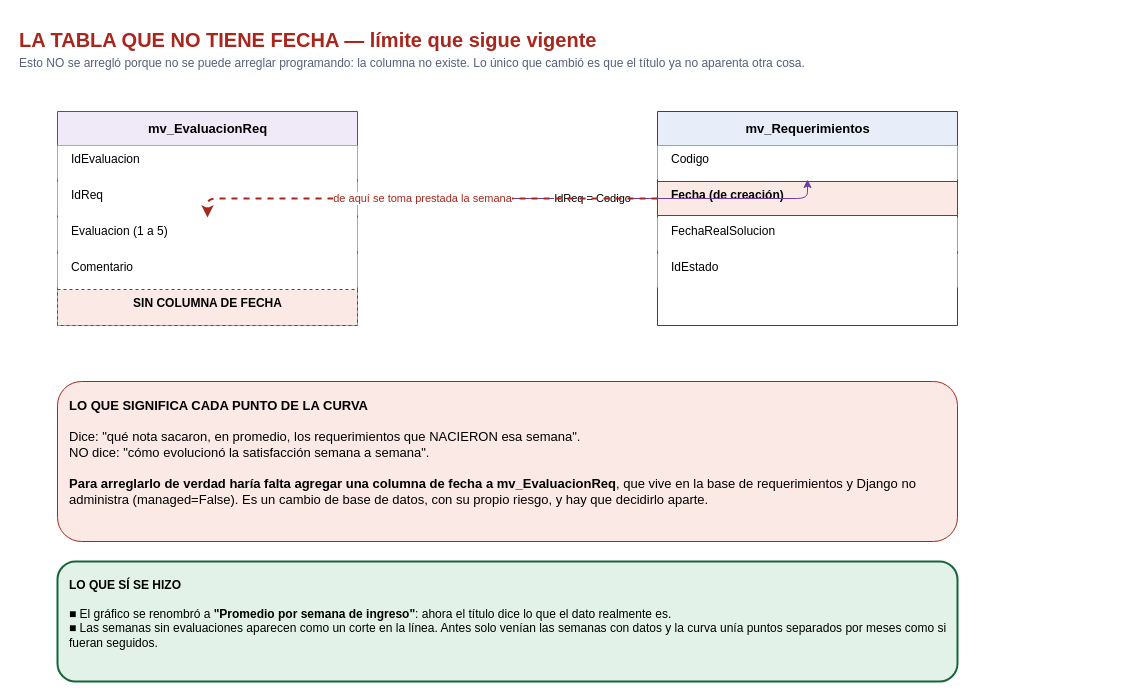
Before: page "2. La tabla sin fecha" (2 of 3) of index/static/docs/indicador-calificacion.drawio in DesarrolladorAMyM/SYSTRACK, a draw.io diagram. Source tidied: cells renumbered, new cells numbered last; positions are measured from the earlier drawing's top-left corner, leaving out a move shared by most shapes. Both pictures are drawn from the tidied source at 100%, with x=0, y=0 at pixel (17, 21).
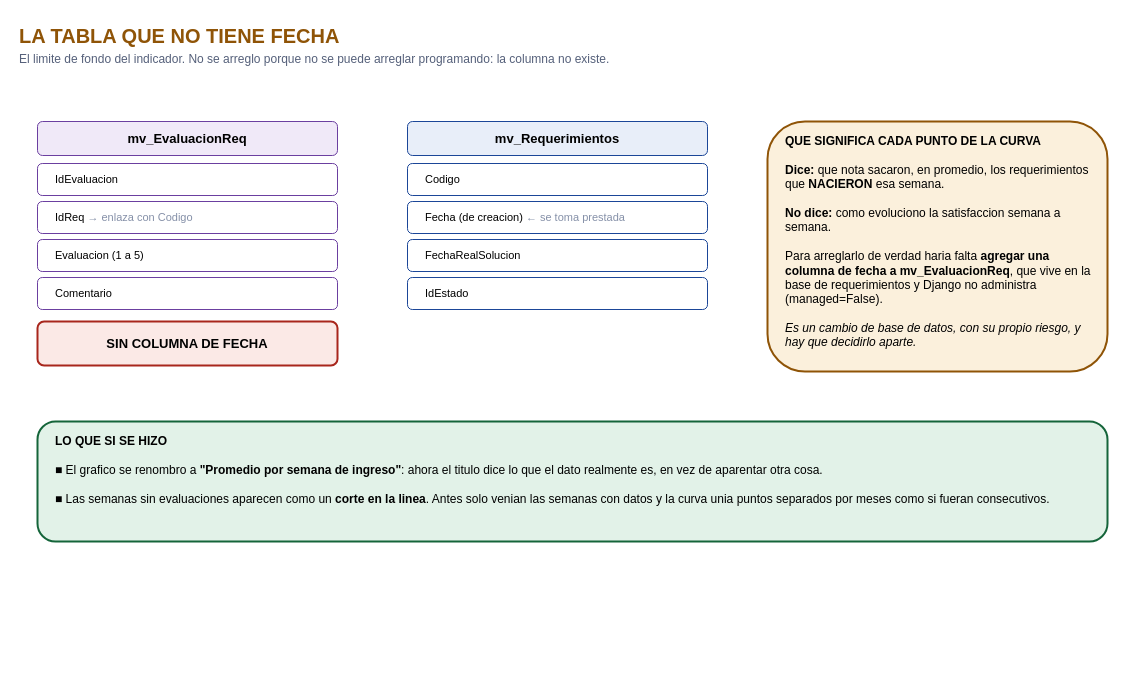
The same diagram, later.

Commit message (it also covers changes not shown here):
se realizo cambio de envio al momento de solucior un requeriminto con el ajunto y correcion de la hora actual de solucion

Change to the diagram source:
```diff
@@
 <mxGraphModel>
   <root>
     <mxCell id="0" />
     <mxCell id="1" parent="0" />
-    <mxCell id="2" value="LA TABLA QUE NO TIENE FECHA — límite que sigue vigente" style="text;html=1;fontSize=20;fontStyle=1;fontColor=#A8261C;" parent="1" vertex="1">
-      <mxGeometry width="900" height="30" as="geometry" />
-    </mxCell>
-    <mxCell id="3" value="Esto NO se arregló porque no se puede arreglar programando: la columna no existe. Lo único que cambió es que el título ya no aparenta otra cosa." style="text;html=1;fontSize=12;fontColor=#55607A;" parent="1" vertex="1">
-      <mxGeometry y="28" width="1000" height="20" as="geometry" />
-    </mxCell>
+    <mxCell id="19" value="LA TABLA QUE NO TIENE FECHA" style="text;html=1;fontSize=20;fontColor=#8F5407;fontStyle=1;align=left;verticalAlign=top;" parent="1" vertex="1">
+      <mxGeometry y="-4" width="1000" height="30" as="geometry" />
+    </mxCell>
+    <mxCell id="20" value="El limite de fondo del indicador. No se arreglo porque no se puede arreglar programando: la columna no existe." style="text;html=1;fontSize=12;fontColor=#55607A;fontStyle=0;align=left;verticalAlign=top;" parent="1" vertex="1">
+      <mxGeometry y="24" width="1060" height="34" as="geometry" />
+    </mxCell>
-    <mxCell id="4" value="mv_EvaluacionReq" style="swimlane;html=1;startSize=34;fillColor=#F0E9F8;strokeColor=#6B3FA0;fontSize=13;fontStyle=1;" parent="1" vertex="1">
-      <mxGeometry x="40" y="90" width="300" height="214" as="geometry" />
+    <mxCell id="4" value="&lt;b&gt;mv_EvaluacionReq&lt;/b&gt;" style="rounded=1;whiteSpace=wrap;html=1;fillColor=#F0E9F8;strokeColor=#6B3FA0;strokeWidth=1;fontSize=13;align=center;verticalAlign=middle;spacing=8;dashed=0;" parent="1" vertex="1">
+      <mxGeometry x="20" y="100" width="300" height="34" as="geometry" />
     </mxCell>
-    <mxCell id="5" value="IdEvaluacion" style="text;html=1;fontSize=12;strokeColor=none;fillColor=#FFFFFF;align=left;spacingLeft=12;" parent="4" vertex="1">
-      <mxGeometry y="34" width="300" height="34" as="geometry" />
+    <mxCell id="5" value="IdEvaluacion" style="rounded=1;whiteSpace=wrap;html=1;fillColor=#FFFFFF;strokeColor=#6B3FA0;strokeWidth=1;fontSize=11;align=left;verticalAlign=middle;spacing=8;dashed=0;spacingLeft=10;" parent="1" vertex="1">
+      <mxGeometry x="20" y="142" width="300" height="32" as="geometry" />
     </mxCell>
-    <mxCell id="6" value="IdReq" style="text;html=1;fontSize=12;strokeColor=none;fillColor=#FFFFFF;align=left;spacingLeft=12;" parent="4" vertex="1">
-      <mxGeometry y="70" width="300" height="34" as="geometry" />
-    </mxCell>
+    <mxCell id="21" value="IdReq   &lt;font color=&quot;#8590A8&quot;&gt;&amp;#8594; enlaza con Codigo&lt;/font&gt;" style="rounded=1;whiteSpace=wrap;html=1;fillColor=#FFFFFF;strokeColor=#6B3FA0;strokeWidth=1;fontSize=11;align=left;verticalAlign=middle;spacing=8;dashed=0;spacingLeft=10;" parent="1" vertex="1">
+      <mxGeometry x="20" y="180" width="300" height="32" as="geometry" />
+    </mxCell>
-    <mxCell id="7" value="Evaluacion   (1 a 5)" style="text;html=1;fontSize=12;strokeColor=none;fillColor=#FFFFFF;align=left;spacingLeft=12;" parent="4" vertex="1">
-      <mxGeometry y="106" width="300" height="34" as="geometry" />
+    <mxCell id="7" value="Evaluacion  (1 a 5)" style="rounded=1;whiteSpace=wrap;html=1;fillColor=#FFFFFF;strokeColor=#6B3FA0;strokeWidth=1;fontSize=11;align=left;verticalAlign=middle;spacing=8;dashed=0;spacingLeft=10;" parent="1" vertex="1">
+      <mxGeometry x="20" y="218" width="300" height="32" as="geometry" />
     </mxCell>
-    <mxCell id="8" value="Comentario" style="text;html=1;fontSize=12;strokeColor=none;fillColor=#FFFFFF;align=left;spacingLeft=12;" parent="4" vertex="1">
-      <mxGeometry y="142" width="300" height="34" as="geometry" />
+    <mxCell id="8" value="Comentario" style="rounded=1;whiteSpace=wrap;html=1;fillColor=#FFFFFF;strokeColor=#6B3FA0;strokeWidth=1;fontSize=11;align=left;verticalAlign=middle;spacing=8;dashed=0;spacingLeft=10;" parent="1" vertex="1">
+      <mxGeometry x="20" y="256" width="300" height="32" as="geometry" />
     </mxCell>
-    <mxCell id="9" value="SIN COLUMNA DE FECHA" style="text;html=1;fontSize=12;fontStyle=1;strokeColor=#A8261C;fillColor=#FBE9E6;align=center;dashed=1;" parent="4" vertex="1">
-      <mxGeometry y="178" width="300" height="36" as="geometry" />
+    <mxCell id="9" value="&lt;b&gt;SIN COLUMNA DE FECHA&lt;/b&gt;" style="rounded=1;whiteSpace=wrap;html=1;fillColor=#FBE9E6;strokeColor=#A8261C;strokeWidth=2;fontSize=13;align=center;verticalAlign=middle;spacing=8;dashed=0;" parent="1" vertex="1">
+      <mxGeometry x="20" y="300" width="300" height="44" as="geometry" />
     </mxCell>
-    <mxCell id="10" value="mv_Requerimientos" style="swimlane;html=1;startSize=34;fillColor=#E8EEF9;strokeColor=#1B4698;fontSize=13;fontStyle=1;" parent="1" vertex="1">
-      <mxGeometry x="640" y="90" width="300" height="214" as="geometry" />
+    <mxCell id="10" value="&lt;b&gt;mv_Requerimientos&lt;/b&gt;" style="rounded=1;whiteSpace=wrap;html=1;fillColor=#E8EEF9;strokeColor=#1B4698;strokeWidth=1;fontSize=13;align=center;verticalAlign=middle;spacing=8;dashed=0;" parent="1" vertex="1">
+      <mxGeometry x="390" y="100" width="300" height="34" as="geometry" />
     </mxCell>
-    <mxCell id="11" value="Codigo" style="text;html=1;fontSize=12;strokeColor=none;fillColor=#FFFFFF;align=left;spacingLeft=12;" parent="10" vertex="1">
-      <mxGeometry y="34" width="300" height="34" as="geometry" />
+    <mxCell id="11" value="Codigo" style="rounded=1;whiteSpace=wrap;html=1;fillColor=#FFFFFF;strokeColor=#1B4698;strokeWidth=1;fontSize=11;align=left;verticalAlign=middle;spacing=8;dashed=0;spacingLeft=10;" parent="1" vertex="1">
+      <mxGeometry x="390" y="142" width="300" height="32" as="geometry" />
     </mxCell>
-    <mxCell id="12" value="Fecha   (de creación)" style="text;html=1;fontSize=12;fontStyle=1;strokeColor=#A8261C;fillColor=#FBE9E6;align=left;spacingLeft=12;" parent="10" vertex="1">
-      <mxGeometry y="70" width="300" height="34" as="geometry" />
-    </mxCell>
+    <mxCell id="22" value="Fecha  (de creacion)   &lt;font color=&quot;#8590A8&quot;&gt;&amp;#8592; se toma prestada&lt;/font&gt;" style="rounded=1;whiteSpace=wrap;html=1;fillColor=#FFFFFF;strokeColor=#1B4698;strokeWidth=1;fontSize=11;align=left;verticalAlign=middle;spacing=8;dashed=0;spacingLeft=10;" parent="1" vertex="1">
+      <mxGeometry x="390" y="180" width="300" height="32" as="geometry" />
+    </mxCell>
-    <mxCell id="13" value="FechaRealSolucion" style="text;html=1;fontSize=12;strokeColor=none;fillColor=#FFFFFF;align=left;spacingLeft=12;" parent="10" vertex="1">
-      <mxGeometry y="106" width="300" height="34" as="geometry" />
+    <mxCell id="13" value="FechaRealSolucion" style="rounded=1;whiteSpace=wrap;html=1;fillColor=#FFFFFF;strokeColor=#1B4698;strokeWidth=1;fontSize=11;align=left;verticalAlign=middle;spacing=8;dashed=0;spacingLeft=10;" parent="1" vertex="1">
+      <mxGeometry x="390" y="218" width="300" height="32" as="geometry" />
     </mxCell>
-    <mxCell id="14" value="IdEstado" style="text;html=1;fontSize=12;strokeColor=none;fillColor=#FFFFFF;align=left;spacingLeft=12;" parent="10" vertex="1">
-      <mxGeometry y="142" width="300" height="34" as="geometry" />
+    <mxCell id="14" value="IdEstado" style="rounded=1;whiteSpace=wrap;html=1;fillColor=#FFFFFF;strokeColor=#1B4698;strokeWidth=1;fontSize=11;align=left;verticalAlign=middle;spacing=8;dashed=0;spacingLeft=10;" parent="1" vertex="1">
+      <mxGeometry x="390" y="256" width="300" height="32" as="geometry" />
     </mxCell>
-    <mxCell id="15" value="IdReq = Codigo" style="edgeStyle=orthogonalEdgeStyle;rounded=1;html=1;strokeColor=#6B3FA0;fontSize=11;" parent="1" edge="1" source="6" target="11">
-      <mxGeometry relative="1" as="geometry" />
-    </mxCell>
-    <mxCell id="16" value="de aquí se toma prestada la semana" style="edgeStyle=orthogonalEdgeStyle;rounded=1;html=1;strokeColor=#A8261C;strokeWidth=2;fontSize=11;fontColor=#A8261C;dashed=1;" parent="1" edge="1" source="12" target="7">
-      <mxGeometry relative="1" as="geometry" />
-    </mxCell>
-    <mxCell id="17" value="&lt;b&gt;LO QUE SIGNIFICA CADA PUNTO DE LA CURVA&lt;/b&gt;&lt;br&gt;&lt;br&gt;Dice: &quot;qué nota sacaron, en promedio, los requerimientos que NACIERON esa semana&quot;.&lt;br&gt;NO dice: &quot;cómo evolucionó la satisfacción semana a semana&quot;.&lt;br&gt;&lt;br&gt;&lt;b&gt;Para arreglarlo de verdad haría falta agregar una columna de fecha a mv_EvaluacionReq&lt;/b&gt;, que vive en la base de requerimientos y Django no administra (managed=False). Es un cambio de base de datos, con su propio riesgo, y hay que decidirlo aparte." style="rounded=1;whiteSpace=wrap;html=1;fillColor=#FBE9E6;strokeColor=#A8261C;align=left;verticalAlign=top;spacing=12;fontSize=13;" parent="1" vertex="1">
-      <mxGeometry x="40" y="360" width="900" height="160" as="geometry" />
-    </mxCell>
-    <mxCell id="18" value="&lt;b&gt;LO QUE SÍ SE HIZO&lt;/b&gt;&lt;br&gt;&lt;br&gt;■ El gráfico se renombró a &lt;b&gt;&quot;Promedio por semana de ingreso&quot;&lt;/b&gt;: ahora el título dice lo que el dato realmente es.&lt;br&gt;■ Las semanas sin evaluaciones aparecen como un corte en la línea. Antes solo venían las semanas con datos y la curva unía puntos separados por meses como si fueran seguidos." style="rounded=1;whiteSpace=wrap;html=1;fillColor=#E2F2E8;strokeColor=#15653A;strokeWidth=2;align=left;verticalAlign=top;spacing=12;fontSize=12;" parent="1" vertex="1">
-      <mxGeometry x="40" y="540" width="900" height="120" as="geometry" />
-    </mxCell>
+    <mxCell id="23" value="&lt;b&gt;QUE SIGNIFICA CADA PUNTO DE LA CURVA&lt;/b&gt;&lt;br&gt;&lt;br&gt;&lt;b&gt;Dice:&lt;/b&gt; que nota sacaron, en promedio, los requerimientos que &lt;b&gt;NACIERON&lt;/b&gt; esa semana.&lt;br&gt;&lt;br&gt;&lt;b&gt;No dice:&lt;/b&gt; como evoluciono la satisfaccion semana a semana.&lt;br&gt;&lt;br&gt;Para arreglarlo de verdad haria falta &lt;b&gt;agregar una columna de fecha a mv_EvaluacionReq&lt;/b&gt;, que vive en la base de requerimientos y Django no administra (managed=False).&lt;br&gt;&lt;br&gt;&lt;i&gt;Es un cambio de base de datos, con su propio riesgo, y hay que decidirlo aparte.&lt;/i&gt;" style="rounded=1;whiteSpace=wrap;html=1;fillColor=#FBF0DC;strokeColor=#8F5407;strokeWidth=2;fontSize=12;align=left;verticalAlign=top;spacing=8;dashed=0;spacingLeft=10;" parent="1" vertex="1">
+      <mxGeometry x="750" y="100" width="340" height="250" as="geometry" />
+    </mxCell>
+    <mxCell id="24" value="&lt;b&gt;LO QUE SI SE HIZO&lt;/b&gt;&lt;br&gt;&lt;br&gt;&amp;#9632; El grafico se renombro a &lt;b&gt;&quot;Promedio por semana de ingreso&quot;&lt;/b&gt;: ahora el titulo dice lo que el dato realmente es, en vez de aparentar otra cosa.&lt;br&gt;&lt;br&gt;&amp;#9632; Las semanas sin evaluaciones aparecen como un &lt;b&gt;corte en la linea&lt;/b&gt;. Antes solo venian las semanas con datos y la curva unia puntos separados por meses como si fueran consecutivos." style="rounded=1;whiteSpace=wrap;html=1;fillColor=#E2F2E8;strokeColor=#15653A;strokeWidth=2;fontSize=12;align=left;verticalAlign=top;spacing=8;dashed=0;spacingLeft=10;" parent="1" vertex="1">
+      <mxGeometry x="20" y="400" width="1070" height="120" as="geometry" />
+    </mxCell>
   </root>
 </mxGraphModel>
```
